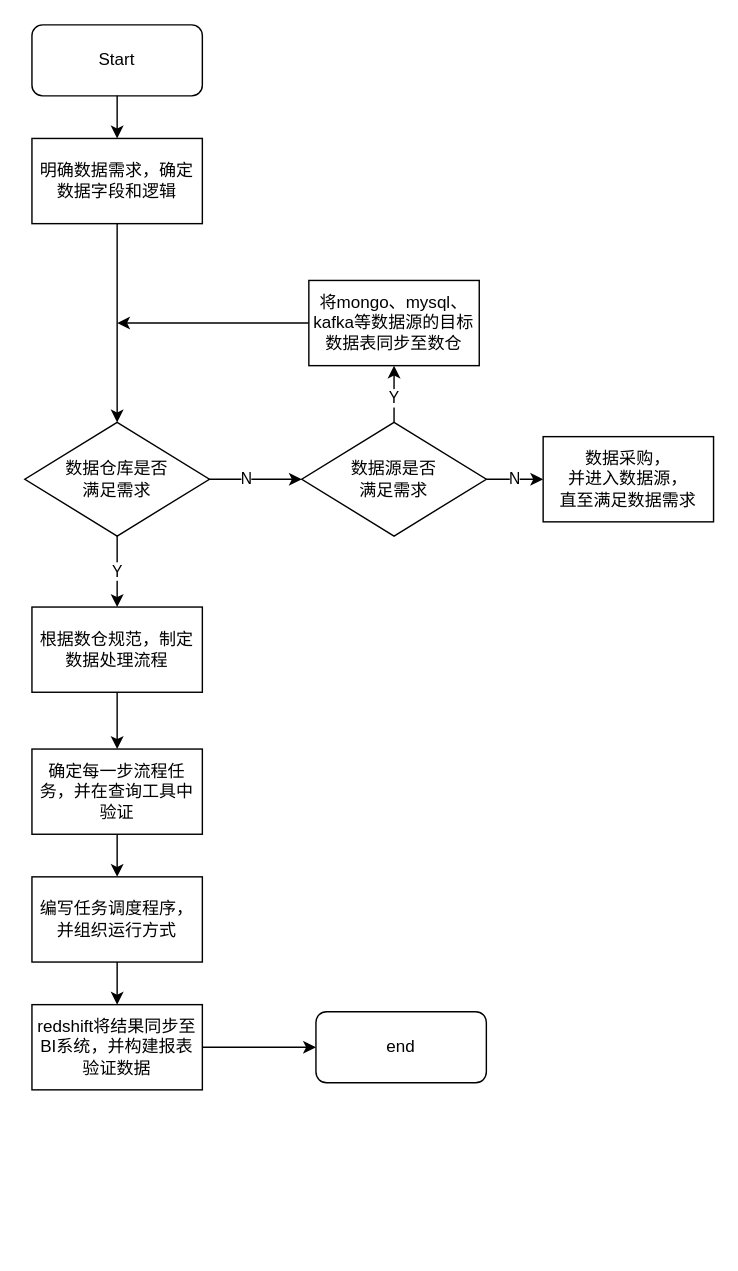
jayed008/notebook keeps this draw.io diagram as drawio/未命名绘图.drawio. Above is the earlier version. Source tidied: cells renumbered, new cells numbered last; positions are measured from the earlier drawing's top-left corner, leaving out a move shared by most shapes. Both pictures are drawn from the tidied source at 142%, with x=0, y=0 at pixel (24, 24).
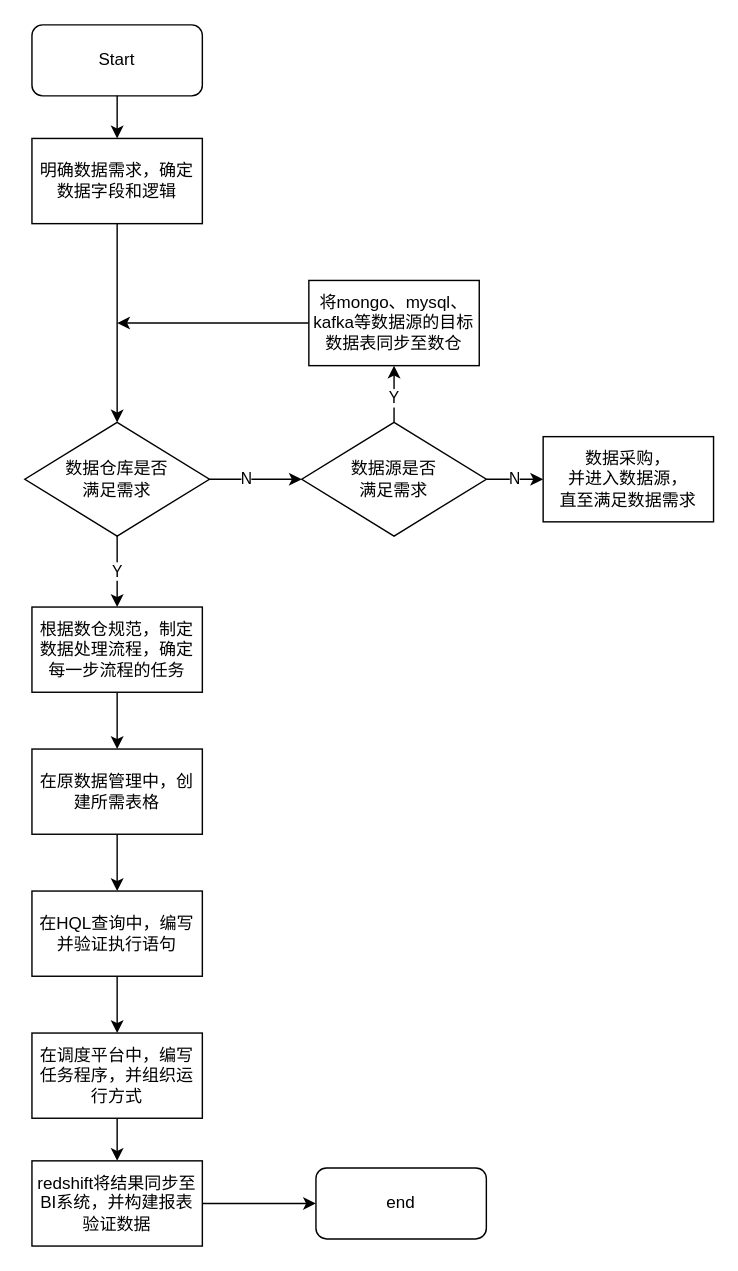
The same page after the edit.

Commit message (it also covers changes not shown here):
更新未命名绘图.drawio

Change to the diagram source:
```diff
@@
-    <mxCell id="18" value="根据数仓规范，制定&lt;br&gt;数据处理流程" style="whiteSpace=wrap;html=1;" parent="1" vertex="1">
+    <mxCell id="18" value="根据数仓规范，制定&lt;br&gt;数据处理流程，确定每一步流程的任务" style="whiteSpace=wrap;html=1;" parent="1" vertex="1">
       <mxGeometry x="5" y="410" width="120" height="60" as="geometry" />
     </mxCell>
-    <mxCell id="19" style="edgeStyle=orthogonalEdgeStyle;rounded=0;jettySize=auto;html=1;" parent="1" edge="1" source="20" target="22">
-      <mxGeometry relative="1" as="geometry" />
-    </mxCell>
+    <mxCell id="26" style="edgeStyle=orthogonalEdgeStyle;rounded=0;jettySize=auto;html=1;" parent="1" edge="1" source="20" target="28">
+      <mxGeometry relative="1" as="geometry" />
+    </mxCell>
-    <mxCell id="20" value="确定每一步流程任务，并在查询工具中验证" style="whiteSpace=wrap;html=1;" parent="1" vertex="1">
+    <mxCell id="20" value="在原数据管理中，创建所需表格" style="whiteSpace=wrap;html=1;" parent="1" vertex="1">
       <mxGeometry x="5" y="510" width="120" height="60" as="geometry" />
     </mxCell>
@@
-    <mxCell id="22" value="编写任务调度程序，并组织运行方式" style="whiteSpace=wrap;html=1;" parent="1" vertex="1">
-      <mxGeometry x="5" y="600" width="120" height="60" as="geometry" />
+    <mxCell id="22" value="在调度平台中，编写任务程序，并组织运行方式" style="whiteSpace=wrap;html=1;" parent="1" vertex="1">
+      <mxGeometry x="5" y="710" width="120" height="60" as="geometry" />
     </mxCell>
@@
     <mxCell id="24" value="redshift将结果同步至BI系统，并构建报表验证数据" style="whiteSpace=wrap;html=1;" parent="1" vertex="1">
-      <mxGeometry x="5" y="690" width="120" height="60" as="geometry" />
+      <mxGeometry x="5" y="800" width="120" height="60" as="geometry" />
     </mxCell>
     <mxCell id="25" value="end" style="rounded=1;whiteSpace=wrap;html=1;" parent="1" vertex="1">
-      <mxGeometry x="205" y="695" width="120" height="50" as="geometry" />
+      <mxGeometry x="205" y="805" width="120" height="50" as="geometry" />
     </mxCell>
+    <mxCell id="27" style="edgeStyle=orthogonalEdgeStyle;rounded=0;jettySize=auto;html=1;" parent="1" edge="1" source="28" target="22">
+      <mxGeometry relative="1" as="geometry" />
+    </mxCell>
+    <mxCell id="28" value="在HQL查询中，编写并验证执行语句" style="whiteSpace=wrap;html=1;" parent="1" vertex="1">
+      <mxGeometry x="5" y="610" width="120" height="60" as="geometry" />
+    </mxCell>
```
